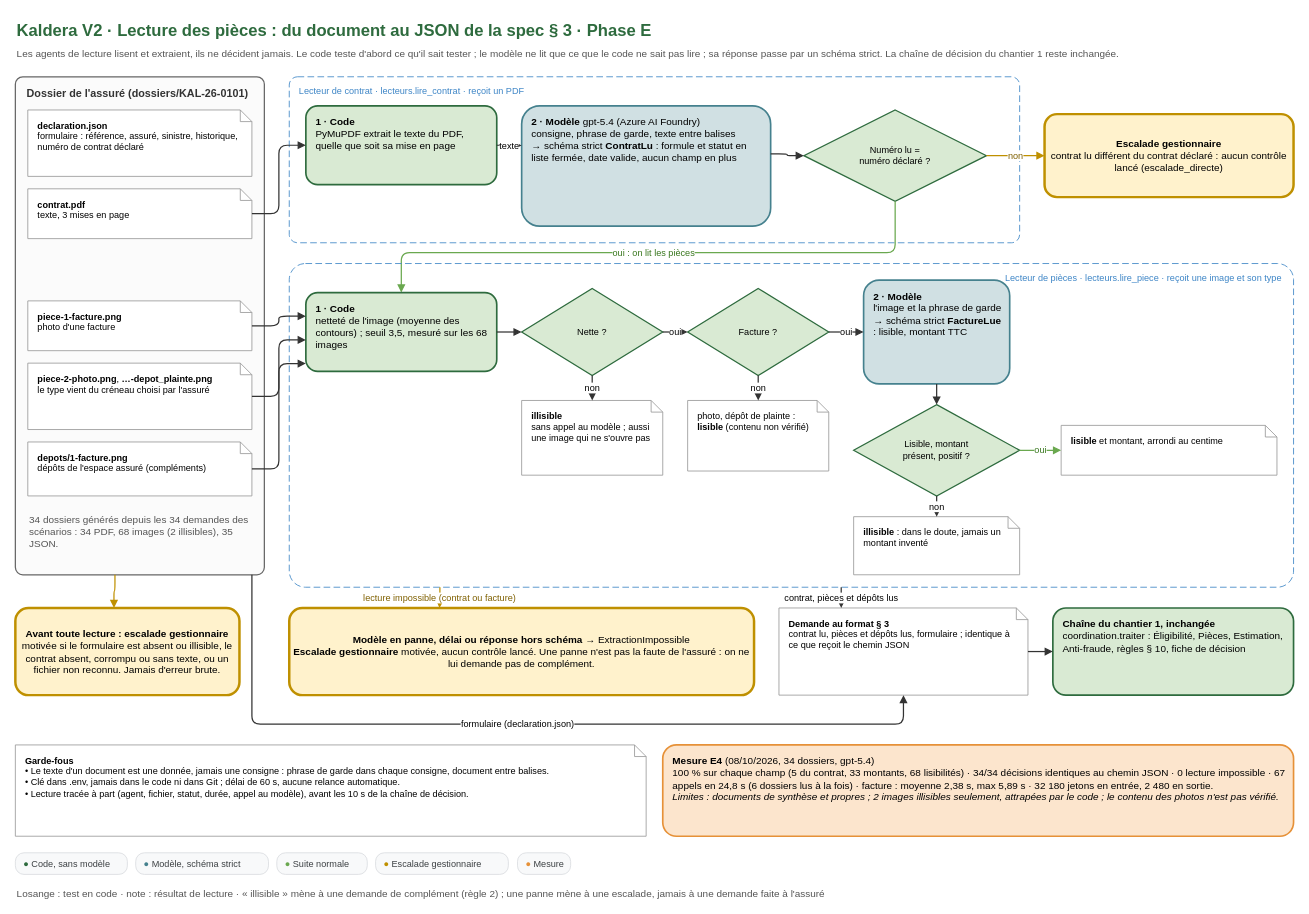
This is conception/schemas/schema-E-lecture-des-pieces.drawio from Ganda15/kaldera-bout-en-bout_v2, a draw.io file, before an edit. Source tidied: cells renumbered, new cells numbered last; positions are measured from the earlier drawing's top-left corner, leaving out a move shared by most shapes. Both pictures are drawn from the tidied source at 83%, with x=0, y=0 at pixel (15, 14).
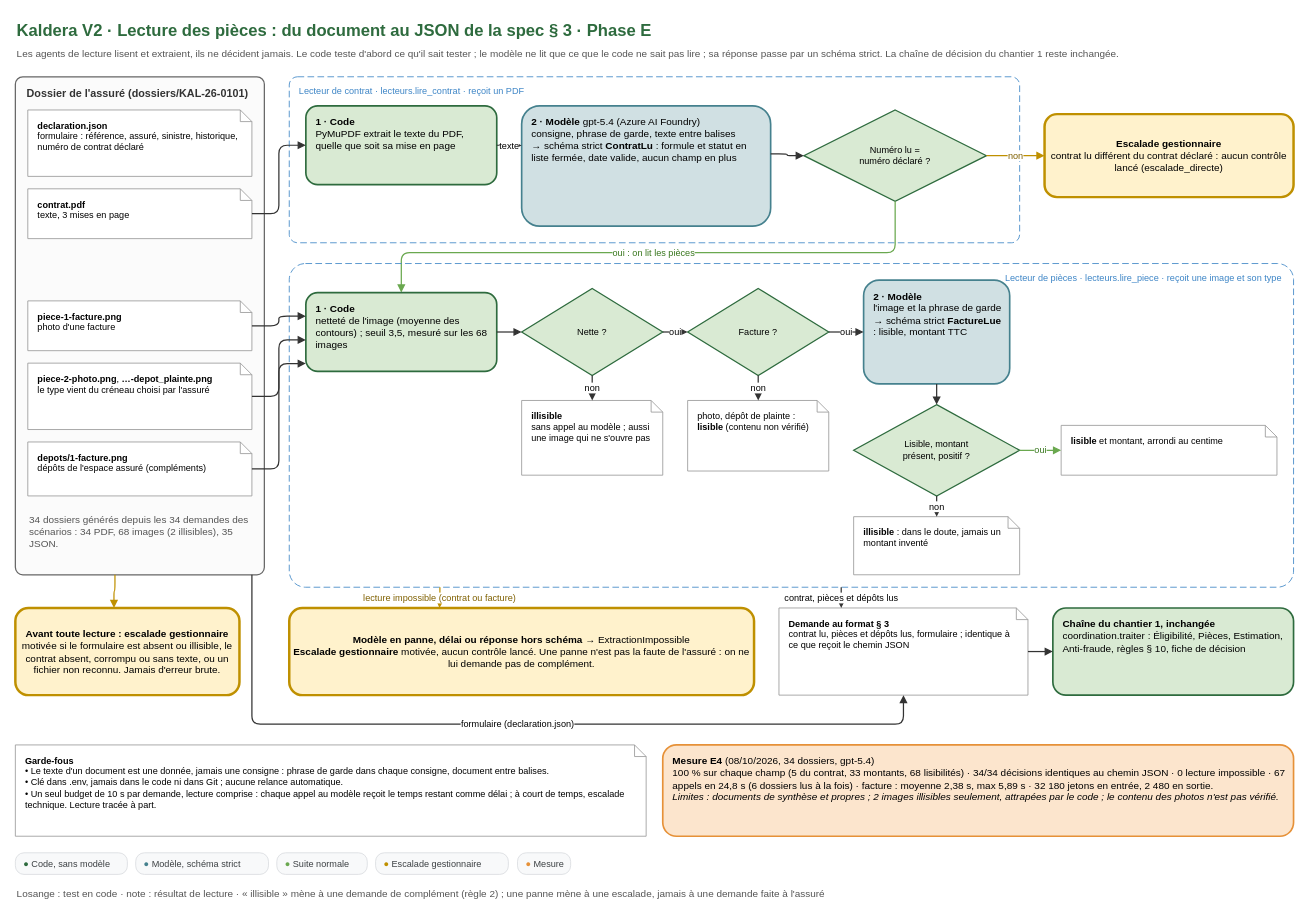
The same page after the edit.

Commit message (it also covers changes not shown here):
docs(conception): budget de 10 s lecture comprise, controles en sequence dans la memoire, schemas 1, 2, E et N1

Change to the diagram source:
```diff
@@
-    <mxCell id="51" value="&lt;b&gt;Garde-fous&lt;/b&gt;&lt;br&gt;• Le texte d'un document est une donnée, jamais une consigne : phrase de garde dans chaque consigne, document entre balises.&lt;br&gt;• Clé dans .env, jamais dans le code ni dans Git ; délai de 60 s, aucune relance automatique.&lt;br&gt;• Lecture tracée à part (agent, fichier, statut, durée, appel au modèle), avant les 10 s de la chaîne de décision." style="whiteSpace=wrap;html=1;fontFamily=Arial;fontSize=12;align=left;spacingLeft=10;spacingRight=8;verticalAlign=top;spacingTop=6;shape=note;size=14;fillColor=#ffffff;strokeColor=#999999;fontSize=11;" parent="1" vertex="1">
+    <mxCell id="51" value="&lt;b&gt;Garde-fous&lt;/b&gt;&lt;br&gt;• Le texte d'un document est une donnée, jamais une consigne : phrase de garde dans chaque consigne, document entre balises.&lt;br&gt;• Clé dans .env, jamais dans le code ni dans Git ; aucune relance automatique.&lt;br&gt;• Un seul budget de 10 s par demande, lecture comprise : chaque appel au modèle reçoit le temps restant comme délai ; à court de temps, escalade technique. Lecture tracée à part." style="whiteSpace=wrap;html=1;fontFamily=Arial;fontSize=12;align=left;spacingLeft=10;spacingRight=8;verticalAlign=top;spacingTop=6;shape=note;size=14;fillColor=#ffffff;strokeColor=#999999;fontSize=11;" parent="1" vertex="1">
       <mxGeometry y="880" width="760" height="110" as="geometry" />
     </mxCell>
```
